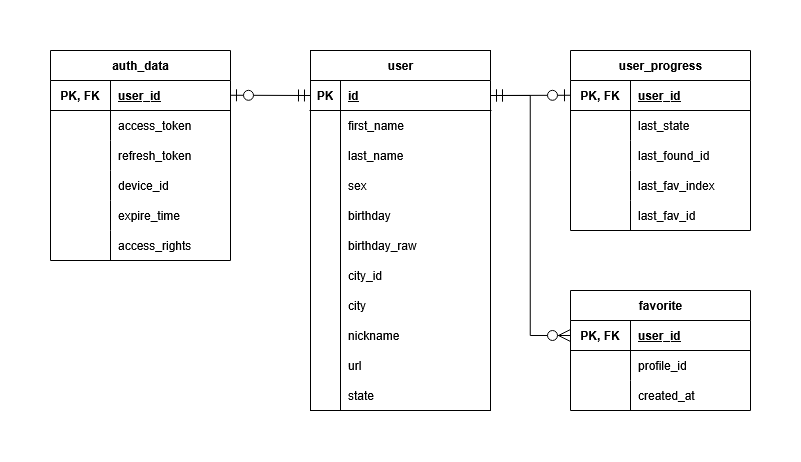
Before: db_diagram.png, a diagram exported from draw.io (andrey0722/vkinder-vk-bot). Source tidied: cells renumbered, new cells last; positions are measured from the earlier drawing's top-left corner, leaving out a move shared by most shapes.
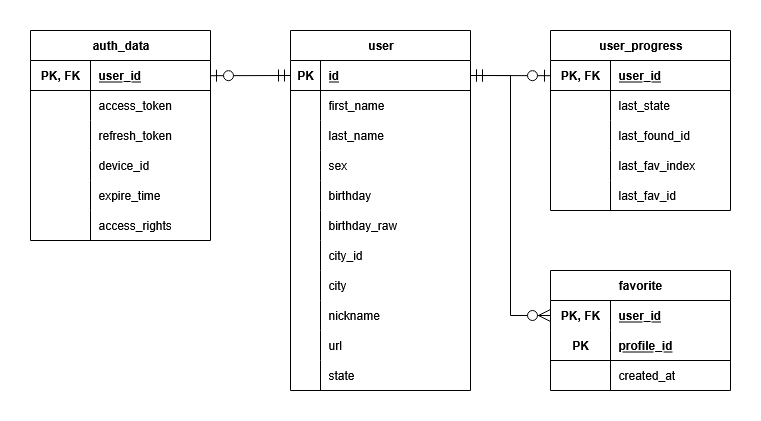
After the change.

Diff of the diagram source:
```diff
@@ -212,41 +212,41 @@
     <mxCell id="71" value="access_rights" style="shape=partialRectangle;fillColor=none;top=0;left=0;bottom=0;right=0;align=left;spacingLeft=6;overflow=hidden;whiteSpace=wrap;html=1;" parent="69" vertex="1">
       <mxGeometry x="60" width="120" height="30" as="geometry" />
     </mxCell>
+    <mxCell id="82" style="fontSize=12;html=1;endArrow=ERzeroToOne;startArrow=ERmandOne;rounded=0;endSize=10;startSize=10;exitX=1;exitY=0.5;exitDx=0;exitDy=0;entryX=0;entryY=0.5;entryDx=0;entryDy=0;edgeStyle=elbowEdgeStyle;elbow=vertical;" parent="1" edge="1" source="3" target="37">
+      <mxGeometry relative="1" as="geometry" />
+    </mxCell>
+    <mxCell id="83" style="edgeStyle=elbowEdgeStyle;fontSize=12;html=1;endArrow=ERzeroToMany;startArrow=ERmandOne;rounded=0;exitX=1;exitY=0.5;exitDx=0;exitDy=0;entryX=0;entryY=0.5;entryDx=0;entryDy=0;startSize=10;endSize=10;" parent="1" edge="1" source="3" target="84">
+      <mxGeometry relative="1" as="geometry" />
+    </mxCell>
-    <mxCell id="72" value="favorite" style="shape=table;startSize=30;rowLines=0;fontStyle=1;align=center;html=1;" parent="1" vertex="1">
+    <mxCell id="72" value="favorite" style="shape=table;startSize=30;rowLines=0;fontStyle=1;align=center;html=1;whiteSpace=wrap;" parent="1" vertex="1">
       <mxGeometry x="520" y="240" width="180" height="120" as="geometry" />
     </mxCell>
-    <mxCell id="73" style="shape=tableRow;horizontal=0;startSize=0;swimlaneHead=0;swimlaneBody=0;fillColor=none;points=[[0,0.5],[1,0.5]];portConstraint=eastwest;top=0;left=0;right=0;bottom=1;" parent="72" vertex="1">
-      <mxGeometry y="30" width="180" height="30" as="geometry" />
-    </mxCell>
+    <mxCell id="84" style="shape=tableRow;horizontal=0;startSize=0;swimlaneHead=0;swimlaneBody=0;fillColor=none;points=[[0,0.5],[1,0.5]];portConstraint=eastwest;top=0;left=0;right=0;bottom=0;html=1;" parent="72" vertex="1">
+      <mxGeometry y="30" width="180" height="30" as="geometry" />
+    </mxCell>
-    <mxCell id="74" value="PK, FK" style="shape=partialRectangle;fillColor=none;top=0;left=0;bottom=0;right=0;fontStyle=1;overflow=hidden;whiteSpace=wrap;html=1;" parent="73" vertex="1">
+    <mxCell id="74" value="PK, FK" style="shape=partialRectangle;fillColor=none;top=0;left=0;bottom=0;right=0;fontStyle=1;overflow=hidden;html=1;whiteSpace=wrap;" parent="84" vertex="1">
       <mxGeometry width="60" height="30" as="geometry" />
     </mxCell>
-    <mxCell id="75" value="user_id" style="shape=partialRectangle;fillColor=none;top=0;left=0;bottom=0;right=0;align=left;spacingLeft=6;fontStyle=5;overflow=hidden;whiteSpace=wrap;html=1;" parent="73" vertex="1">
+    <mxCell id="75" value="user_id" style="shape=partialRectangle;fillColor=none;top=0;left=0;bottom=0;right=0;align=left;spacingLeft=6;fontStyle=5;overflow=hidden;html=1;whiteSpace=wrap;" parent="84" vertex="1">
       <mxGeometry x="60" width="120" height="30" as="geometry" />
     </mxCell>
-    <mxCell id="76" style="shape=tableRow;horizontal=0;startSize=0;swimlaneHead=0;swimlaneBody=0;fillColor=none;top=0;left=0;right=0;bottom=0;" parent="72" vertex="1">
-      <mxGeometry y="60" width="180" height="30" as="geometry" />
-    </mxCell>
-    <mxCell id="77" style="shape=partialRectangle;fillColor=none;top=0;left=0;bottom=0;right=0;overflow=hidden;whiteSpace=wrap;html=1;" parent="76" vertex="1">
-      <mxGeometry width="60" height="30" as="geometry" />
-    </mxCell>
+    <mxCell id="85" style="shape=tableRow;horizontal=0;startSize=0;swimlaneHead=0;swimlaneBody=0;fillColor=none;top=0;left=0;right=0;bottom=1;html=1;" parent="72" vertex="1">
+      <mxGeometry y="60" width="180" height="30" as="geometry" />
+    </mxCell>
+    <mxCell id="86" value="&lt;div&gt;PK&lt;/div&gt;" style="shape=partialRectangle;fillColor=none;top=0;left=0;bottom=0;right=0;fontStyle=1;overflow=hidden;html=1;whiteSpace=wrap;" parent="85" vertex="1">
+      <mxGeometry width="60" height="30" as="geometry" />
+    </mxCell>
-    <mxCell id="78" value="profile_id" style="shape=partialRectangle;fillColor=none;top=0;left=0;bottom=0;right=0;align=left;spacingLeft=6;overflow=hidden;whiteSpace=wrap;html=1;" parent="76" vertex="1">
+    <mxCell id="78" value="profile_id" style="shape=partialRectangle;fillColor=none;top=0;left=0;bottom=0;right=0;align=left;spacingLeft=6;fontStyle=5;overflow=hidden;html=1;whiteSpace=wrap;" parent="85" vertex="1">
       <mxGeometry x="60" width="120" height="30" as="geometry" />
     </mxCell>
-    <mxCell id="79" style="shape=tableRow;horizontal=0;startSize=0;swimlaneHead=0;swimlaneBody=0;fillColor=none;top=0;left=0;right=0;bottom=0;" parent="72" vertex="1">
-      <mxGeometry y="90" width="180" height="30" as="geometry" />
-    </mxCell>
-    <mxCell id="80" style="shape=partialRectangle;fillColor=none;top=0;left=0;bottom=0;right=0;overflow=hidden;whiteSpace=wrap;html=1;" parent="79" vertex="1">
-      <mxGeometry width="60" height="30" as="geometry" />
-    </mxCell>
+    <mxCell id="87" style="shape=tableRow;horizontal=0;startSize=0;swimlaneHead=0;swimlaneBody=0;fillColor=none;top=0;left=0;right=0;bottom=0;html=1;" parent="72" vertex="1">
+      <mxGeometry y="90" width="180" height="30" as="geometry" />
+    </mxCell>
+    <mxCell id="88" style="shape=partialRectangle;fillColor=none;top=0;left=0;bottom=0;right=0;overflow=hidden;html=1;whiteSpace=wrap;" parent="87" vertex="1">
+      <mxGeometry width="60" height="30" as="geometry" />
+    </mxCell>
-    <mxCell id="81" value="created_at" style="shape=partialRectangle;fillColor=none;top=0;left=0;bottom=0;right=0;align=left;spacingLeft=6;overflow=hidden;whiteSpace=wrap;html=1;" parent="79" vertex="1">
+    <mxCell id="81" value="created_at" style="shape=partialRectangle;fillColor=none;top=0;left=0;bottom=0;right=0;align=left;spacingLeft=6;overflow=hidden;html=1;whiteSpace=wrap;" parent="87" vertex="1">
       <mxGeometry x="60" width="120" height="30" as="geometry" />
     </mxCell>
-    <mxCell id="82" style="fontSize=12;html=1;endArrow=ERzeroToOne;startArrow=ERmandOne;rounded=0;endSize=10;startSize=10;exitX=1;exitY=0.5;exitDx=0;exitDy=0;entryX=0;entryY=0.5;entryDx=0;entryDy=0;edgeStyle=elbowEdgeStyle;elbow=vertical;" parent="1" edge="1" source="3" target="37">
-      <mxGeometry relative="1" as="geometry" />
-    </mxCell>
-    <mxCell id="83" style="edgeStyle=elbowEdgeStyle;fontSize=12;html=1;endArrow=ERzeroToMany;startArrow=ERmandOne;rounded=0;exitX=1;exitY=0.5;exitDx=0;exitDy=0;entryX=0;entryY=0.5;entryDx=0;entryDy=0;startSize=10;endSize=10;" parent="1" edge="1" source="3" target="73">
-      <mxGeometry relative="1" as="geometry" />
-    </mxCell>
   </root>
 </mxGraphModel>
```
